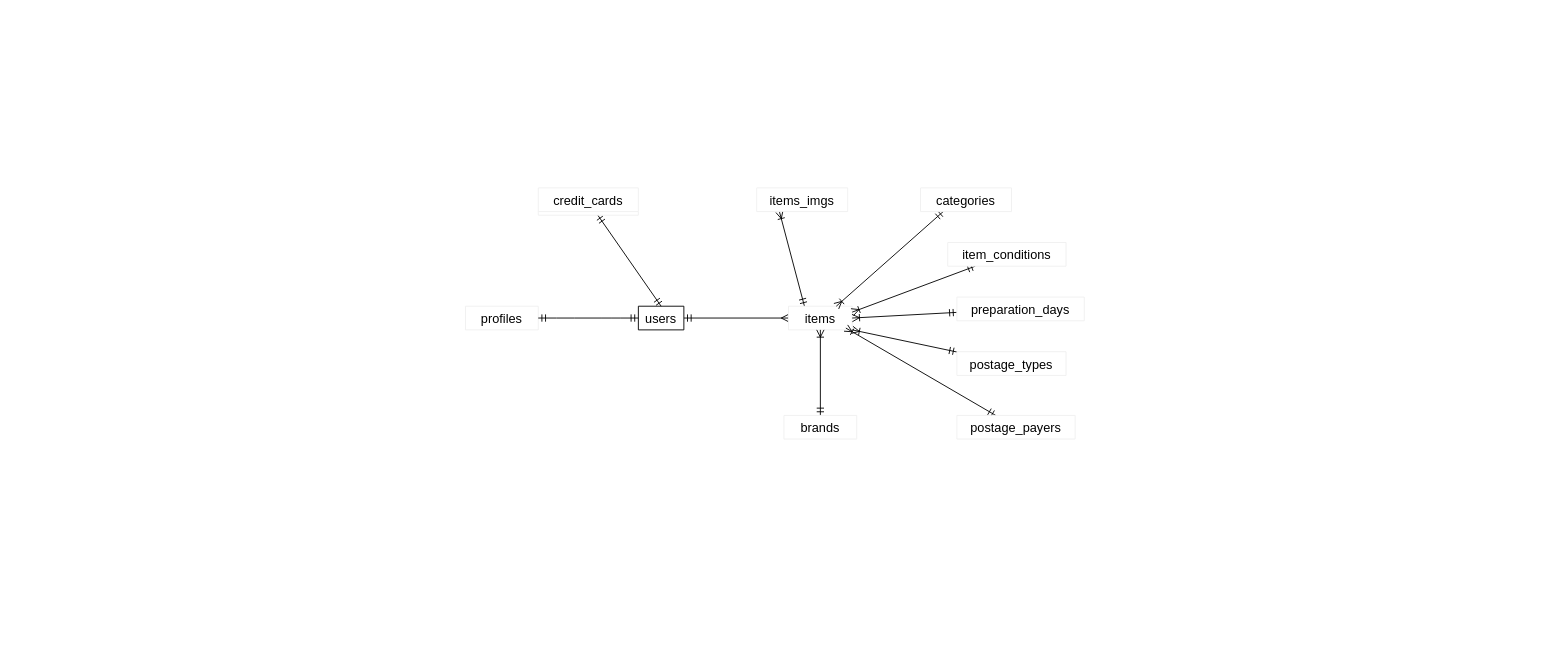
This is furima.dio from kinta324/furima-36753, a draw.io file, before an edit. Source tidied: cells renumbered, new cells numbered last; positions are measured from the earlier drawing's top-left corner, leaving out a move shared by most shapes. Both pictures are drawn from the tidied source at 91%, with x=0, y=0 at pixel (465, 187).
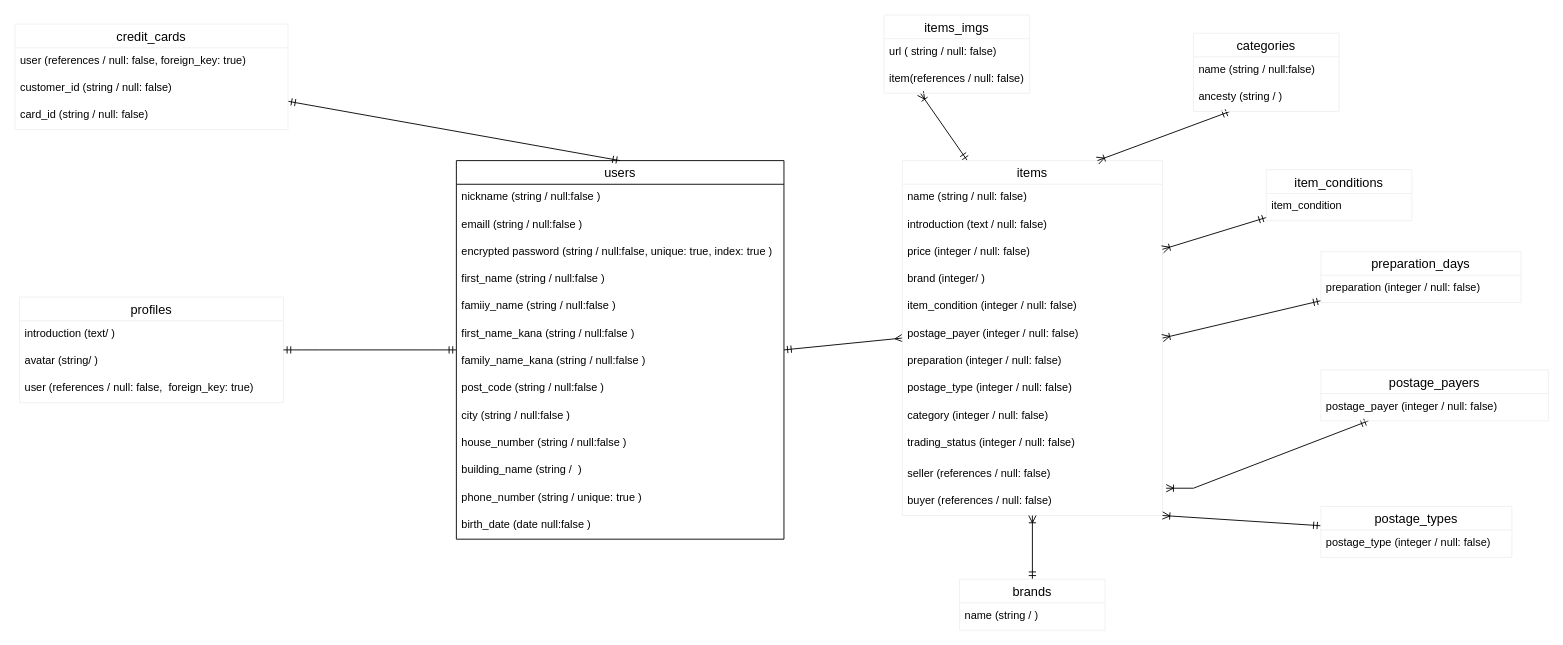
The same diagram, later.

The edit, as a diff of the source:
```diff
@@
-    <mxCell id="3" value="users" style="swimlane;fontStyle=0;horizontal=1;startSize=26;align=center;fontSize=14;" parent="1" vertex="1" collapsed="1">
-      <mxGeometry x="190" y="130" width="50" height="26" as="geometry" />
+    <mxCell id="3" value="users" style="swimlane;fontStyle=0;horizontal=1;startSize=26;align=center;fontSize=14;" parent="1" vertex="1">
+      <mxGeometry x="-10" y="-30" width="360" height="416" as="geometry" />
     </mxCell>
+    <mxCell id="24" value="nickname (string / null:false )" style="text;strokeColor=none;fillColor=none;spacingLeft=4;spacingRight=4;overflow=hidden;fontSize=12;verticalAlign=top;" parent="3" vertex="1">
+      <mxGeometry y="26" width="360" height="30" as="geometry" />
+    </mxCell>
+    <mxCell id="25" value="emaill (string / null:false )" style="text;strokeColor=none;fillColor=none;spacingLeft=4;spacingRight=4;overflow=hidden;fontSize=12;" parent="3" vertex="1">
+      <mxGeometry y="56" width="360" height="30" as="geometry" />
+    </mxCell>
+    <mxCell id="26" value="encrypted password (string / null:false, unique: true, index: true )" style="text;strokeColor=none;fillColor=none;spacingLeft=4;spacingRight=4;overflow=hidden;fontSize=12;verticalAlign=top;" parent="3" vertex="1">
+      <mxGeometry y="86" width="360" height="30" as="geometry" />
+    </mxCell>
+    <mxCell id="27" value="first_name (string / null:false )" style="text;strokeColor=none;fillColor=none;spacingLeft=4;spacingRight=4;overflow=hidden;fontSize=12;" parent="3" vertex="1">
+      <mxGeometry y="116" width="360" height="30" as="geometry" />
+    </mxCell>
+    <mxCell id="28" value="famiiy_name (string / null:false )" style="text;strokeColor=none;fillColor=none;spacingLeft=4;spacingRight=4;overflow=hidden;fontSize=12;verticalAlign=top;" parent="3" vertex="1">
+      <mxGeometry y="146" width="360" height="30" as="geometry" />
+    </mxCell>
+    <mxCell id="29" value="first_name_kana (string / null:false )" style="text;strokeColor=none;fillColor=none;spacingLeft=4;spacingRight=4;overflow=hidden;fontSize=12;verticalAlign=top;" parent="3" vertex="1">
+      <mxGeometry y="176" width="360" height="30" as="geometry" />
+    </mxCell>
+    <mxCell id="30" value="family_name_kana (string / null:false )" style="text;strokeColor=none;fillColor=none;spacingLeft=4;spacingRight=4;overflow=hidden;fontSize=12;verticalAlign=top;" parent="3" vertex="1">
+      <mxGeometry y="206" width="360" height="30" as="geometry" />
+    </mxCell>
+    <mxCell id="31" value="post_code (string / null:false )" style="text;strokeColor=none;fillColor=none;spacingLeft=4;spacingRight=4;overflow=hidden;fontSize=12;verticalAlign=top;" parent="3" vertex="1">
+      <mxGeometry y="236" width="360" height="30" as="geometry" />
+    </mxCell>
+    <mxCell id="32" value="city (string / null:false )" style="text;strokeColor=none;fillColor=none;spacingLeft=4;spacingRight=4;overflow=hidden;fontSize=12;verticalAlign=top;" parent="3" vertex="1">
+      <mxGeometry y="266" width="360" height="30" as="geometry" />
+    </mxCell>
+    <mxCell id="33" value="house_number (string / null:false )" style="text;strokeColor=none;fillColor=none;spacingLeft=4;spacingRight=4;overflow=hidden;fontSize=12;verticalAlign=top;" parent="3" vertex="1">
+      <mxGeometry y="296" width="360" height="30" as="geometry" />
+    </mxCell>
+    <mxCell id="34" value="building_name (string /  )" style="text;strokeColor=none;fillColor=none;spacingLeft=4;spacingRight=4;overflow=hidden;fontSize=12;verticalAlign=top;" parent="3" vertex="1">
+      <mxGeometry y="326" width="360" height="30" as="geometry" />
+    </mxCell>
+    <mxCell id="35" value="phone_number (string / unique: true )" style="text;strokeColor=none;fillColor=none;spacingLeft=4;spacingRight=4;overflow=hidden;fontSize=12;verticalAlign=top;" parent="3" vertex="1">
+      <mxGeometry y="356" width="360" height="30" as="geometry" />
+    </mxCell>
+    <mxCell id="36" value="birth_date (date null:false )" style="text;strokeColor=none;fillColor=none;spacingLeft=4;spacingRight=4;overflow=hidden;fontSize=12;verticalAlign=top;" parent="3" vertex="1">
+      <mxGeometry y="386" width="360" height="30" as="geometry" />
+    </mxCell>
@@
-    <mxCell id="5" value="items" style="swimlane;fontStyle=0;horizontal=1;startSize=26;align=center;fontSize=14;strokeColor=#f0f0f0;" parent="1" vertex="1" collapsed="1">
-      <mxGeometry x="355" y="130" width="70" height="26" as="geometry" />
+    <mxCell id="5" value="items" style="swimlane;fontStyle=0;horizontal=1;startSize=26;align=center;fontSize=14;strokeColor=#f0f0f0;" parent="1" vertex="1">
+      <mxGeometry x="480" y="-30" width="286" height="390" as="geometry" />
     </mxCell>
+    <mxCell id="37" value="name (string / null: false)" style="text;strokeColor=none;fillColor=none;spacingLeft=4;spacingRight=4;overflow=hidden;fontSize=12;" parent="5" vertex="1">
+      <mxGeometry y="26" width="286" height="30" as="geometry" />
+    </mxCell>
+    <mxCell id="38" value="introduction (text / null: false)" style="text;strokeColor=none;fillColor=none;spacingLeft=4;spacingRight=4;overflow=hidden;fontSize=12;verticalAlign=top;" parent="5" vertex="1">
+      <mxGeometry y="56" width="286" height="30" as="geometry" />
+    </mxCell>
+    <mxCell id="39" value="price (integer / null: false)" style="text;strokeColor=none;fillColor=none;spacingLeft=4;spacingRight=4;overflow=hidden;fontSize=12;" parent="5" vertex="1">
+      <mxGeometry y="86" width="286" height="30" as="geometry" />
+    </mxCell>
+    <mxCell id="40" value="brand (integer/ )" style="text;strokeColor=none;fillColor=none;spacingLeft=4;spacingRight=4;overflow=hidden;fontSize=12;verticalAlign=top;" parent="5" vertex="1">
+      <mxGeometry y="116" width="286" height="30" as="geometry" />
+    </mxCell>
+    <mxCell id="41" value="item_condition (integer / null: false)" style="text;strokeColor=none;fillColor=none;spacingLeft=4;spacingRight=4;overflow=hidden;fontSize=12;verticalAlign=top;" parent="5" vertex="1">
+      <mxGeometry y="146" width="286" height="30" as="geometry" />
+    </mxCell>
+    <mxCell id="42" value="postage_payer (integer / null: false)" style="text;strokeColor=none;fillColor=none;spacingLeft=4;spacingRight=4;overflow=hidden;fontSize=12;verticalAlign=top;" parent="5" vertex="1">
+      <mxGeometry y="176" width="286" height="30" as="geometry" />
+    </mxCell>
+    <mxCell id="43" value="preparation (integer / null: false)" style="text;strokeColor=none;fillColor=none;spacingLeft=4;spacingRight=4;overflow=hidden;fontSize=12;verticalAlign=top;" parent="5" vertex="1">
+      <mxGeometry y="206" width="286" height="30" as="geometry" />
+    </mxCell>
+    <mxCell id="44" value="postage_type (integer / null: false)" style="text;strokeColor=none;fillColor=none;spacingLeft=4;spacingRight=4;overflow=hidden;fontSize=12;verticalAlign=top;" parent="5" vertex="1">
+      <mxGeometry y="236" width="286" height="30" as="geometry" />
+    </mxCell>
+    <mxCell id="45" value="category (integer / null: false)" style="text;strokeColor=none;fillColor=none;spacingLeft=4;spacingRight=4;overflow=hidden;fontSize=12;verticalAlign=top;" parent="5" vertex="1">
+      <mxGeometry y="266" width="286" height="30" as="geometry" />
+    </mxCell>
+    <mxCell id="46" value="trading_status (integer / null: false)" style="text;strokeColor=none;fillColor=none;spacingLeft=4;spacingRight=4;overflow=hidden;fontSize=12;" parent="5" vertex="1">
+      <mxGeometry y="296" width="286" height="34" as="geometry" />
+    </mxCell>
+    <mxCell id="47" value="seller (references / null: false)" style="text;strokeColor=none;fillColor=none;spacingLeft=4;spacingRight=4;overflow=hidden;fontSize=12;verticalAlign=top;" parent="5" vertex="1">
+      <mxGeometry y="330" width="286" height="30" as="geometry" />
+    </mxCell>
+    <mxCell id="48" value="buyer (references / null: false)" style="text;strokeColor=none;fillColor=none;spacingLeft=4;spacingRight=4;overflow=hidden;fontSize=12;verticalAlign=top;" parent="5" vertex="1">
+      <mxGeometry y="360" width="286" height="30" as="geometry" />
+    </mxCell>
-    <mxCell id="6" value="profiles" style="swimlane;fontStyle=0;horizontal=1;startSize=26;align=center;fontSize=14;strokeColor=#f0f0f0;" parent="1" vertex="1" collapsed="1">
-      <mxGeometry y="130" width="80" height="26" as="geometry" />
+    <mxCell id="6" value="profiles" style="swimlane;fontStyle=0;horizontal=1;startSize=26;align=center;fontSize=14;strokeColor=#f0f0f0;" parent="1" vertex="1">
+      <mxGeometry x="-490" y="120" width="290" height="116" as="geometry" />
     </mxCell>
+    <mxCell id="49" value="introduction (text/ )" style="text;strokeColor=none;fillColor=none;spacingLeft=4;spacingRight=4;overflow=hidden;fontSize=12;" parent="6" vertex="1">
+      <mxGeometry y="26" width="290" height="30" as="geometry" />
+    </mxCell>
+    <mxCell id="50" value="avatar (string/ )" style="text;strokeColor=none;fillColor=none;spacingLeft=4;spacingRight=4;overflow=hidden;fontSize=12;" parent="6" vertex="1">
+      <mxGeometry y="56" width="290" height="30" as="geometry" />
+    </mxCell>
+    <mxCell id="51" value="user (references / null: false,  foreign_key: true)" style="text;strokeColor=none;fillColor=none;spacingLeft=4;spacingRight=4;overflow=hidden;fontSize=12;" parent="6" vertex="1">
+      <mxGeometry y="86" width="290" height="30" as="geometry" />
+    </mxCell>
@@
-    <mxCell id="8" value="credit_cards" style="swimlane;fontStyle=0;horizontal=1;startSize=26;align=center;fontSize=14;strokeColor=#f0f0f0;" parent="1" vertex="1" collapsed="1">
-      <mxGeometry x="80" width="110" height="30" as="geometry" />
+    <mxCell id="8" value="credit_cards" style="swimlane;fontStyle=0;horizontal=1;startSize=26;align=center;fontSize=14;strokeColor=#f0f0f0;" parent="1" vertex="1">
+      <mxGeometry x="-495" y="-180" width="300" height="116" as="geometry" />
     </mxCell>
+    <mxCell id="52" value="user (references / null: false, foreign_key: true)" style="text;strokeColor=none;fillColor=none;spacingLeft=4;spacingRight=4;overflow=hidden;fontSize=12;" parent="8" vertex="1">
+      <mxGeometry y="26" width="300" height="30" as="geometry" />
+    </mxCell>
+    <mxCell id="53" value="customer_id (string / null: false)" style="text;strokeColor=none;fillColor=none;spacingLeft=4;spacingRight=4;overflow=hidden;fontSize=12;" parent="8" vertex="1">
+      <mxGeometry y="56" width="300" height="30" as="geometry" />
+    </mxCell>
+    <mxCell id="54" value="card_id (string / null: false)" style="text;strokeColor=none;fillColor=none;spacingLeft=4;spacingRight=4;overflow=hidden;fontSize=12;" parent="8" vertex="1">
+      <mxGeometry y="86" width="300" height="30" as="geometry" />
+    </mxCell>
-    <mxCell id="9" value="items_imgs" style="swimlane;fontStyle=0;horizontal=1;startSize=26;align=center;fontSize=14;strokeColor=#f0f0f0;" parent="1" vertex="1" collapsed="1">
-      <mxGeometry x="320" width="100" height="26" as="geometry" />
+    <mxCell id="9" value="items_imgs" style="swimlane;fontStyle=0;horizontal=1;startSize=26;align=center;fontSize=14;strokeColor=#f0f0f0;" parent="1" vertex="1">
+      <mxGeometry x="460" y="-190" width="160" height="86" as="geometry" />
     </mxCell>
+    <mxCell id="55" value="url ( string / null: false)" style="text;strokeColor=none;fillColor=none;spacingLeft=4;spacingRight=4;overflow=hidden;fontSize=12;" parent="9" vertex="1">
+      <mxGeometry y="26" width="160" height="30" as="geometry" />
+    </mxCell>
+    <mxCell id="56" value="item(references / null: false)" style="text;strokeColor=none;fillColor=none;spacingLeft=4;spacingRight=4;overflow=hidden;fontSize=12;" parent="9" vertex="1">
+      <mxGeometry y="56" width="160" height="30" as="geometry" />
+    </mxCell>
@@
-    <mxCell id="11" value="item_conditions" style="swimlane;fontStyle=0;horizontal=1;startSize=26;align=center;fontSize=14;strokeColor=#f0f0f0;" parent="1" vertex="1" collapsed="1">
-      <mxGeometry x="530" y="60" width="130" height="26" as="geometry" />
+    <mxCell id="11" value="item_conditions" style="swimlane;fontStyle=0;horizontal=1;startSize=26;align=center;fontSize=14;strokeColor=#f0f0f0;" parent="1" vertex="1">
+      <mxGeometry x="880" y="-20" width="160" height="56" as="geometry" />
     </mxCell>
+    <mxCell id="57" value="item_condition" style="text;strokeColor=none;fillColor=none;spacingLeft=4;spacingRight=4;overflow=hidden;fontSize=12;" parent="11" vertex="1">
+      <mxGeometry y="26" width="160" height="30" as="geometry" />
+    </mxCell>
@@
-    <mxCell id="13" value="preparation_days" style="swimlane;fontStyle=0;horizontal=1;startSize=26;align=center;fontSize=14;strokeColor=#f0f0f0;" parent="1" vertex="1" collapsed="1">
-      <mxGeometry x="540" y="120" width="140" height="26" as="geometry" />
+    <mxCell id="13" value="preparation_days" style="swimlane;fontStyle=0;horizontal=1;startSize=26;align=center;fontSize=14;strokeColor=#f0f0f0;" parent="1" vertex="1">
+      <mxGeometry x="940" y="70" width="220" height="56" as="geometry" />
     </mxCell>
+    <mxCell id="58" value="preparation (integer / null: false)" style="text;strokeColor=none;fillColor=none;spacingLeft=4;spacingRight=4;overflow=hidden;fontSize=12;" parent="13" vertex="1">
+      <mxGeometry y="26" width="220" height="30" as="geometry" />
+    </mxCell>
@@
-    <mxCell id="15" value="postage_types" style="swimlane;fontStyle=0;horizontal=1;startSize=26;align=center;fontSize=14;strokeColor=#f0f0f0;" parent="1" vertex="1" collapsed="1">
-      <mxGeometry x="540" y="180" width="120" height="26" as="geometry" />
+    <mxCell id="15" value="postage_types" style="swimlane;fontStyle=0;horizontal=1;startSize=26;align=center;fontSize=14;strokeColor=#f0f0f0;" parent="1" vertex="1">
+      <mxGeometry x="940" y="350" width="210" height="56" as="geometry" />
     </mxCell>
+    <mxCell id="59" value="postage_type (integer / null: false)" style="text;strokeColor=none;fillColor=none;spacingLeft=4;spacingRight=4;overflow=hidden;fontSize=12;" parent="15" vertex="1">
+      <mxGeometry y="26" width="210" height="30" as="geometry" />
+    </mxCell>
-    <mxCell id="16" style="edgeStyle=none;rounded=0;jettySize=auto;html=1;entryX=0.9;entryY=0.923;entryDx=0;entryDy=0;entryPerimeter=0;startArrow=ERmandOne;startFill=0;endArrow=ERoneToMany;endFill=0;" parent="1" edge="1" source="17" target="5">
-      <mxGeometry relative="1" as="geometry" />
+    <mxCell id="16" style="edgeStyle=none;rounded=0;jettySize=auto;html=1;startArrow=ERmandOne;startFill=0;endArrow=ERoneToMany;endFill=0;" parent="1" edge="1" source="17">
+      <mxGeometry relative="1" as="geometry">
+        <mxPoint x="770" y="330" as="targetPoint" />
+        <Array as="points">
+          <mxPoint x="800" y="330" />
+        </Array>
+      </mxGeometry>
     </mxCell>
-    <mxCell id="17" value="postage_payers" style="swimlane;fontStyle=0;horizontal=1;startSize=26;align=center;fontSize=14;strokeColor=#f0f0f0;" parent="1" vertex="1" collapsed="1">
-      <mxGeometry x="540" y="250" width="130" height="26" as="geometry" />
+    <mxCell id="17" value="postage_payers" style="swimlane;fontStyle=0;horizontal=1;startSize=26;align=center;fontSize=14;strokeColor=#f0f0f0;" parent="1" vertex="1">
+      <mxGeometry x="940" y="200" width="250" height="56" as="geometry" />
     </mxCell>
+    <mxCell id="60" value="postage_payer (integer / null: false)" style="text;strokeColor=none;fillColor=none;spacingLeft=4;spacingRight=4;overflow=hidden;fontSize=12;" parent="17" vertex="1">
+      <mxGeometry y="26" width="250" height="30" as="geometry" />
+    </mxCell>
@@
-    <mxCell id="19" value="brands" style="swimlane;fontStyle=0;horizontal=1;startSize=26;align=center;fontSize=14;strokeColor=#f0f0f0;" parent="1" vertex="1" collapsed="1">
-      <mxGeometry x="350" y="250" width="80" height="26" as="geometry" />
+    <mxCell id="19" value="brands" style="swimlane;fontStyle=0;horizontal=1;startSize=26;align=center;fontSize=14;strokeColor=#f0f0f0;" parent="1" vertex="1">
+      <mxGeometry x="543" y="430" width="160" height="56" as="geometry" />
     </mxCell>
+    <mxCell id="61" value="name (string / )" style="text;strokeColor=none;fillColor=none;spacingLeft=4;spacingRight=4;overflow=hidden;fontSize=12;" parent="19" vertex="1">
+      <mxGeometry y="26" width="160" height="30" as="geometry" />
+    </mxCell>
@@
-    <mxCell id="23" value="categories" style="swimlane;fontStyle=0;horizontal=1;startSize=26;align=center;fontSize=14;strokeColor=#f0f0f0;" parent="1" vertex="1" collapsed="1">
-      <mxGeometry x="500" width="100" height="26" as="geometry" />
+    <mxCell id="23" value="categories" style="swimlane;fontStyle=0;horizontal=1;startSize=26;align=center;fontSize=14;strokeColor=#f0f0f0;" parent="1" vertex="1">
+      <mxGeometry x="800" y="-170" width="160" height="86" as="geometry" />
     </mxCell>
+    <mxCell id="62" value="name (string / null:false)" style="text;strokeColor=none;fillColor=none;spacingLeft=4;spacingRight=4;overflow=hidden;fontSize=12;" parent="23" vertex="1">
+      <mxGeometry y="26" width="160" height="30" as="geometry" />
+    </mxCell>
+    <mxCell id="63" value="ancesty (string / )" style="text;strokeColor=none;fillColor=none;spacingLeft=4;spacingRight=4;overflow=hidden;fontSize=12;" parent="23" vertex="1">
+      <mxGeometry y="56" width="160" height="30" as="geometry" />
+    </mxCell>
```
